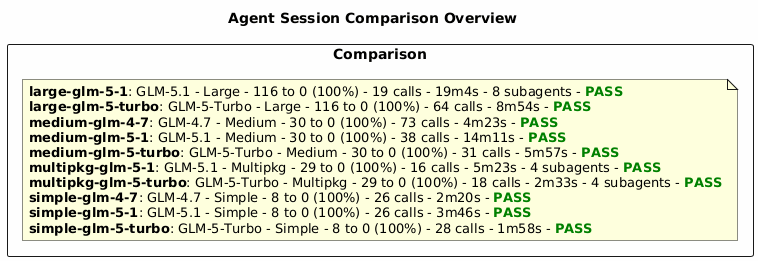
Earlier version of the PlantUML export diagrams/comparison-overview.png (wavilen/golangci-lint-mcp). Source of this version:
```plantuml
@startuml
title Agent Session Comparison Overview

skinparam backgroundColor #FEFEFE

rectangle "Comparison" {
  note as N
  **large-glm-5-1**: GLM-5.1 - Large - 116 to 0 (100%) - 19 calls - 19m4s - 8 subagents - <color:green><b>PASS</b></color>
  **large-glm-5-turbo**: GLM-5-Turbo - Large - 116 to 0 (100%) - 64 calls - 8m54s - <color:green><b>PASS</b></color>
  **medium-glm-4-7**: GLM-4.7 - Medium - 30 to 0 (100%) - 73 calls - 4m23s - <color:green><b>PASS</b></color>
  **medium-glm-5-1**: GLM-5.1 - Medium - 30 to 0 (100%) - 38 calls - 14m11s - <color:green><b>PASS</b></color>
  **medium-glm-5-turbo**: GLM-5-Turbo - Medium - 30 to 0 (100%) - 31 calls - 5m57s - <color:green><b>PASS</b></color>
  **multipkg-glm-5-1**: GLM-5.1 - Multipkg - 29 to 0 (100%) - 16 calls - 5m23s - 4 subagents - <color:green><b>PASS</b></color>
  **multipkg-glm-5-turbo**: GLM-5-Turbo - Multipkg - 29 to 0 (100%) - 18 calls - 2m33s - 4 subagents - <color:green><b>PASS</b></color>
  **simple-glm-4-7**: GLM-4.7 - Simple - 8 to 0 (100%) - 26 calls - 2m20s - <color:green><b>PASS</b></color>
  **simple-glm-5-1**: GLM-5.1 - Simple - 8 to 0 (100%) - 26 calls - 3m46s - <color:green><b>PASS</b></color>
  **simple-glm-5-turbo**: GLM-5-Turbo - Simple - 8 to 0 (100%) - 28 calls - 1m58s - <color:green><b>PASS</b></color>
  end note
}

@enduml
```
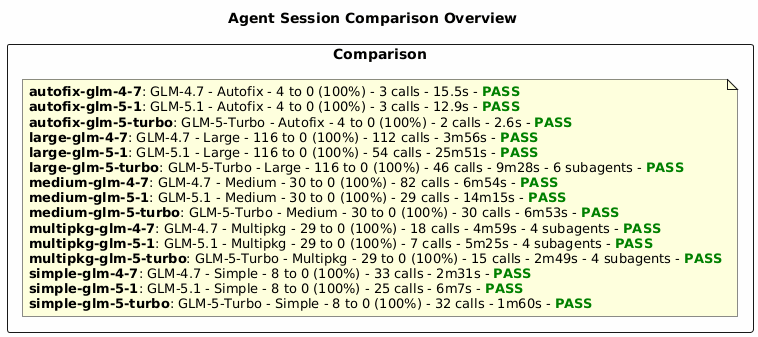
After the change.

Diff of the diagram source:
```diff
@@ -5,16 +5,21 @@
 
 rectangle "Comparison" {
   note as N
-  **large-glm-5-1**: GLM-5.1 - Large - 116 to 0 (100%) - 19 calls - 19m4s - 8 subagents - <color:green><b>PASS</b></color>
-  **large-glm-5-turbo**: GLM-5-Turbo - Large - 116 to 0 (100%) - 64 calls - 8m54s - <color:green><b>PASS</b></color>
-  **medium-glm-4-7**: GLM-4.7 - Medium - 30 to 0 (100%) - 73 calls - 4m23s - <color:green><b>PASS</b></color>
-  **medium-glm-5-1**: GLM-5.1 - Medium - 30 to 0 (100%) - 38 calls - 14m11s - <color:green><b>PASS</b></color>
-  **medium-glm-5-turbo**: GLM-5-Turbo - Medium - 30 to 0 (100%) - 31 calls - 5m57s - <color:green><b>PASS</b></color>
-  **multipkg-glm-5-1**: GLM-5.1 - Multipkg - 29 to 0 (100%) - 16 calls - 5m23s - 4 subagents - <color:green><b>PASS</b></color>
-  **multipkg-glm-5-turbo**: GLM-5-Turbo - Multipkg - 29 to 0 (100%) - 18 calls - 2m33s - 4 subagents - <color:green><b>PASS</b></color>
-  **simple-glm-4-7**: GLM-4.7 - Simple - 8 to 0 (100%) - 26 calls - 2m20s - <color:green><b>PASS</b></color>
-  **simple-glm-5-1**: GLM-5.1 - Simple - 8 to 0 (100%) - 26 calls - 3m46s - <color:green><b>PASS</b></color>
-  **simple-glm-5-turbo**: GLM-5-Turbo - Simple - 8 to 0 (100%) - 28 calls - 1m58s - <color:green><b>PASS</b></color>
+  **autofix-glm-4-7**: GLM-4.7 - Autofix - 4 to 0 (100%) - 3 calls - 15.5s - <color:green><b>PASS</b></color>
+  **autofix-glm-5-1**: GLM-5.1 - Autofix - 4 to 0 (100%) - 3 calls - 12.9s - <color:green><b>PASS</b></color>
+  **autofix-glm-5-turbo**: GLM-5-Turbo - Autofix - 4 to 0 (100%) - 2 calls - 2.6s - <color:green><b>PASS</b></color>
+  **large-glm-4-7**: GLM-4.7 - Large - 116 to 0 (100%) - 112 calls - 3m56s - <color:green><b>PASS</b></color>
+  **large-glm-5-1**: GLM-5.1 - Large - 116 to 0 (100%) - 54 calls - 25m51s - <color:green><b>PASS</b></color>
+  **large-glm-5-turbo**: GLM-5-Turbo - Large - 116 to 0 (100%) - 46 calls - 9m28s - 6 subagents - <color:green><b>PASS</b></color>
+  **medium-glm-4-7**: GLM-4.7 - Medium - 30 to 0 (100%) - 82 calls - 6m54s - <color:green><b>PASS</b></color>
+  **medium-glm-5-1**: GLM-5.1 - Medium - 30 to 0 (100%) - 29 calls - 14m15s - <color:green><b>PASS</b></color>
+  **medium-glm-5-turbo**: GLM-5-Turbo - Medium - 30 to 0 (100%) - 30 calls - 6m53s - <color:green><b>PASS</b></color>
+  **multipkg-glm-4-7**: GLM-4.7 - Multipkg - 29 to 0 (100%) - 18 calls - 4m59s - 4 subagents - <color:green><b>PASS</b></color>
+  **multipkg-glm-5-1**: GLM-5.1 - Multipkg - 29 to 0 (100%) - 7 calls - 5m25s - 4 subagents - <color:green><b>PASS</b></color>
+  **multipkg-glm-5-turbo**: GLM-5-Turbo - Multipkg - 29 to 0 (100%) - 15 calls - 2m49s - 4 subagents - <color:green><b>PASS</b></color>
+  **simple-glm-4-7**: GLM-4.7 - Simple - 8 to 0 (100%) - 33 calls - 2m31s - <color:green><b>PASS</b></color>
+  **simple-glm-5-1**: GLM-5.1 - Simple - 8 to 0 (100%) - 25 calls - 6m7s - <color:green><b>PASS</b></color>
+  **simple-glm-5-turbo**: GLM-5-Turbo - Simple - 8 to 0 (100%) - 32 calls - 1m60s - <color:green><b>PASS</b></color>
   end note
 }
 
```
